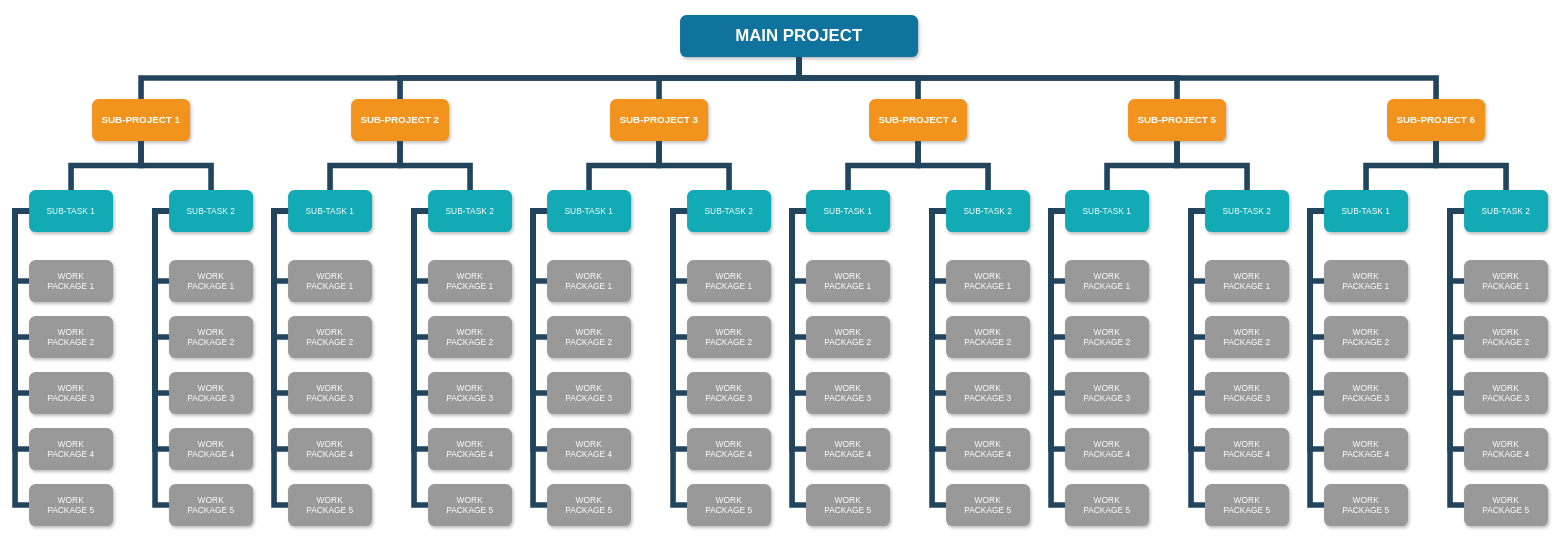
This is branch.drawio from cath-gh/hupuNBAhero, a draw.io file, before an edit. Source tidied: cells renumbered, new cells numbered last; positions are measured from the earlier drawing's top-left corner, leaving out a move shared by most shapes. Both pictures are drawn from the tidied source at 70%, with x=0, y=0 at pixel (15, 15).
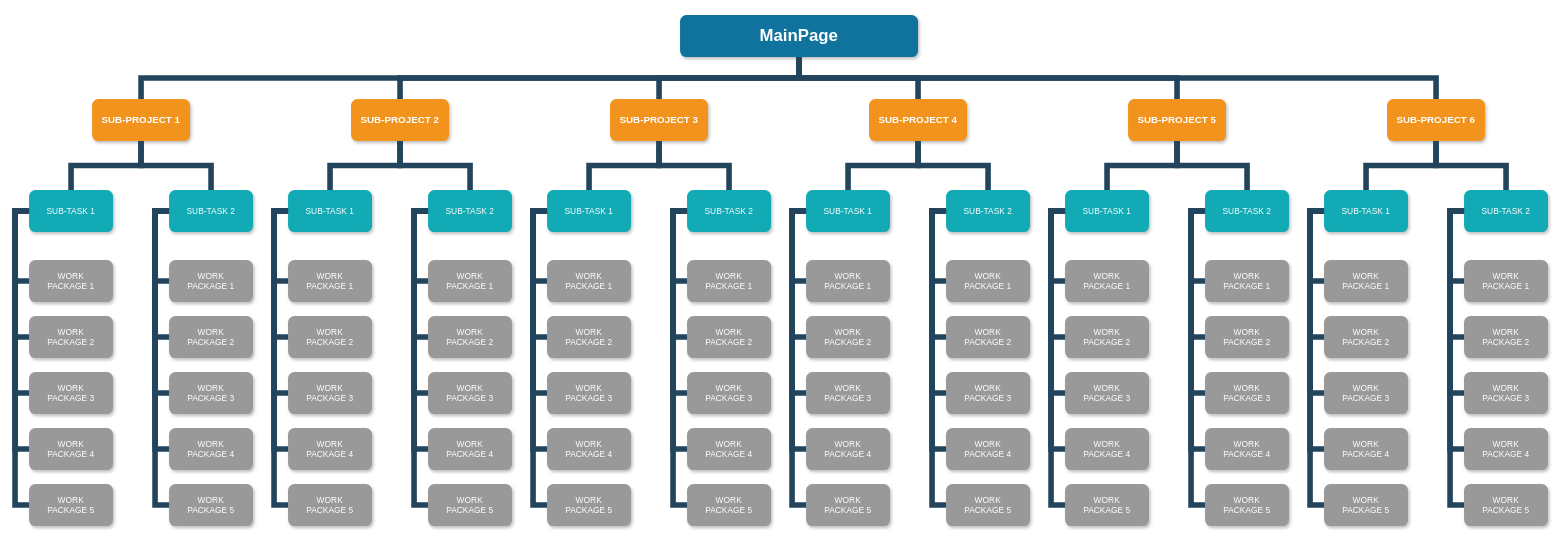
The same diagram, later.

Change to the diagram source:
```diff
@@
-    <mxCell id="2" value="MAIN PROJECT" style="whiteSpace=wrap;rounded=1;shadow=1;fillColor=#10739E;strokeColor=none;fontColor=#FFFFFF;fontStyle=1;fontSize=24;" parent="1" vertex="1">
+    <mxCell id="2" value="MainPage" style="whiteSpace=wrap;rounded=1;shadow=1;fillColor=#10739E;strokeColor=none;fontColor=#FFFFFF;fontStyle=1;fontSize=24;" parent="1" vertex="1">
       <mxGeometry x="950" width="340" height="60" as="geometry" />
     </mxCell>
```
